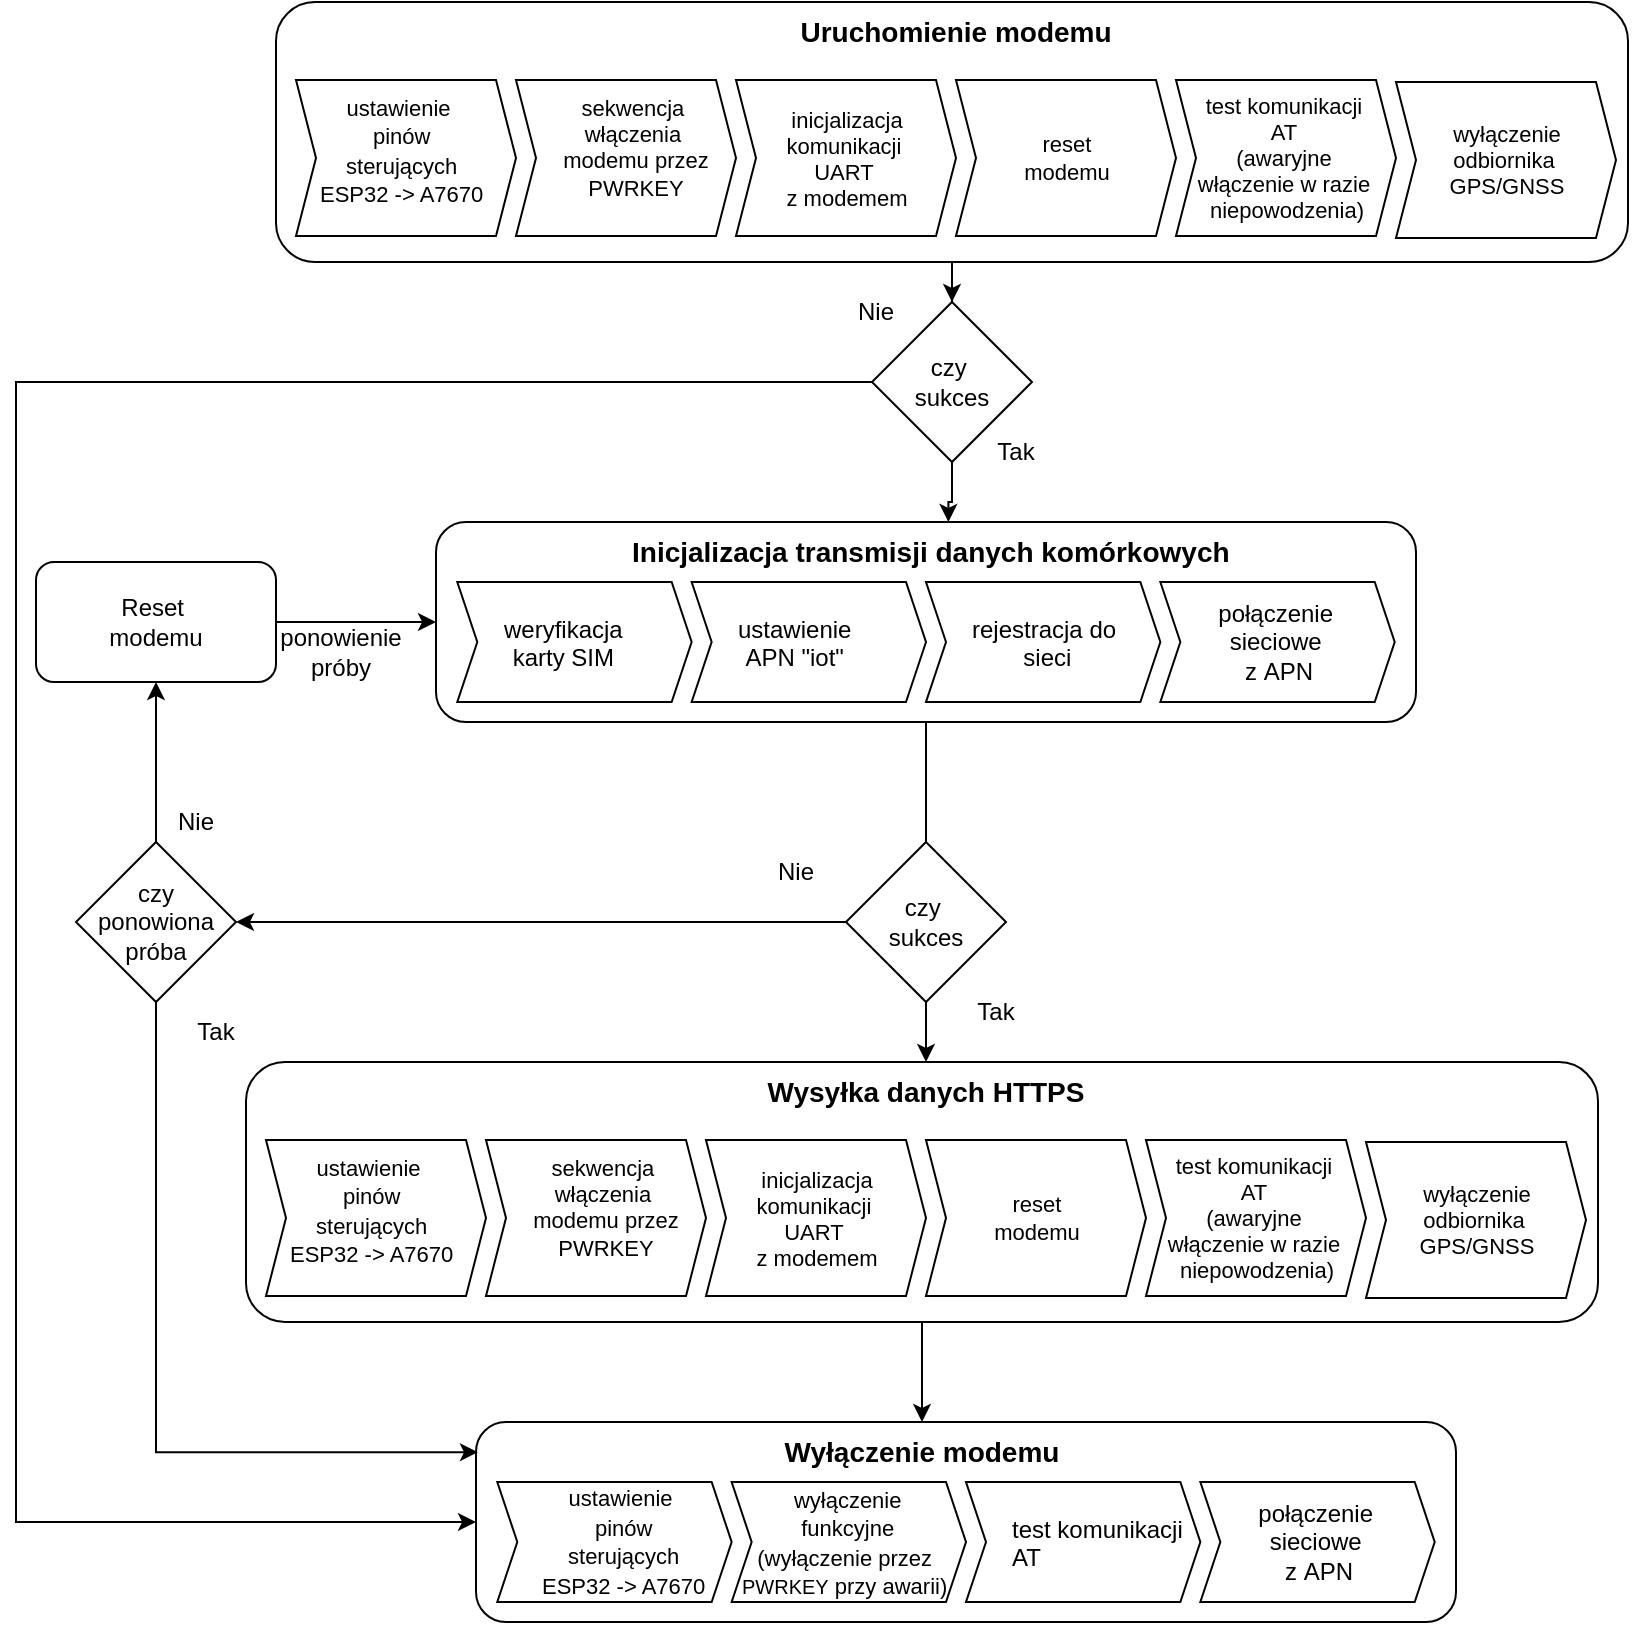
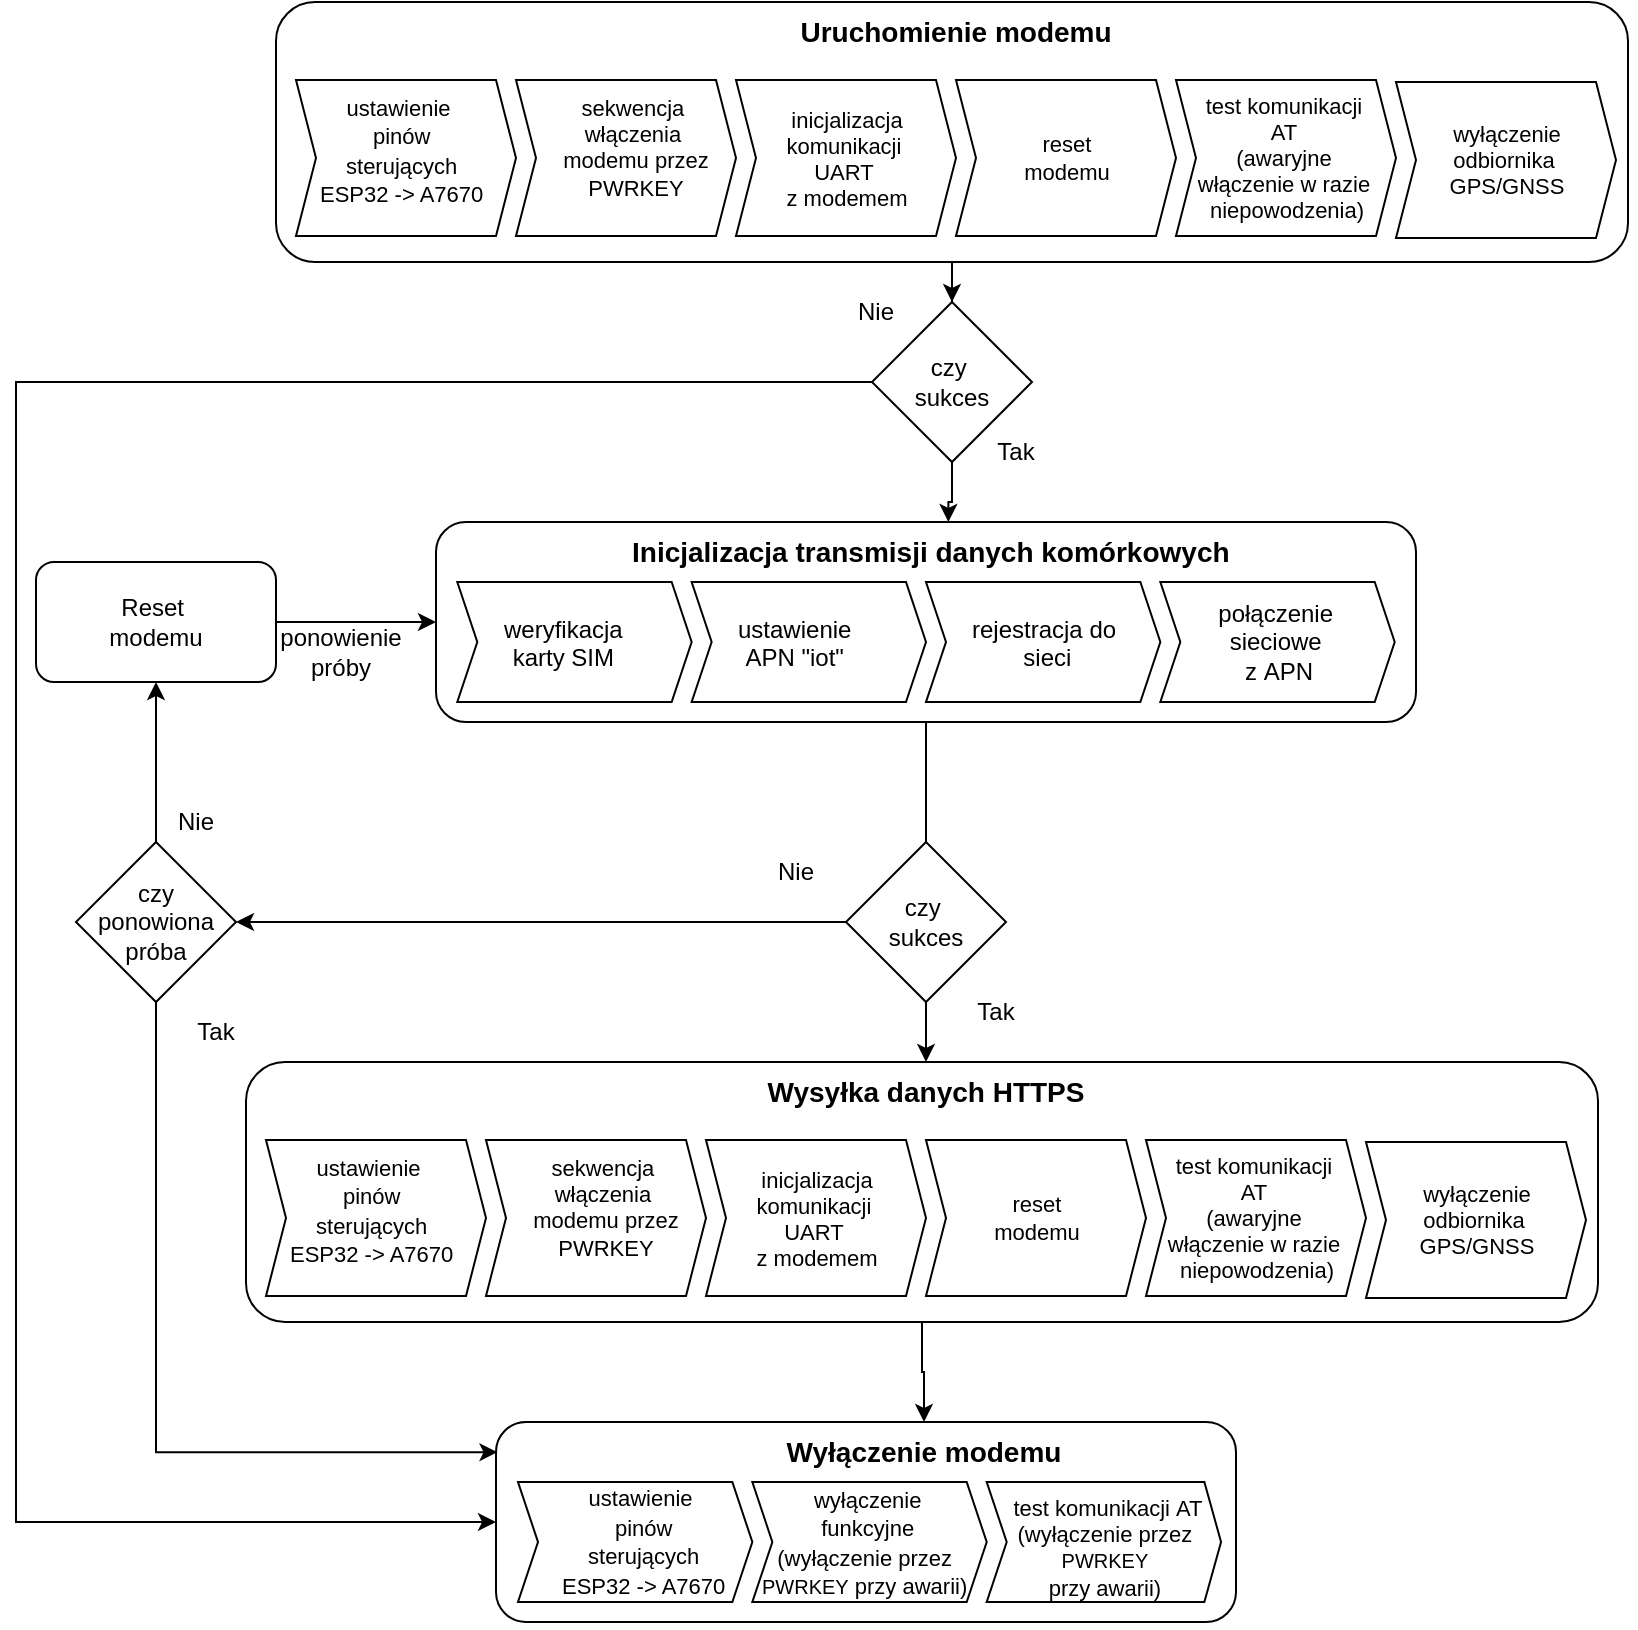
<mxfile host="app.diagrams.net">
  <diagram name="Strona-1" id="qUiWrLwNQSNPpPlMcjFA">
-     <mxGraphModel dx="403" dy="1562" grid="1" gridSize="10" guides="1" tooltips="1" connect="1" arrows="1" fold="1" page="1" pageScale="1" pageWidth="827" pageHeight="1169" math="0" shadow="0">
+     <mxGraphModel dx="1023" dy="2166" grid="1" gridSize="10" guides="1" tooltips="1" connect="1" arrows="1" fold="1" page="1" pageScale="1" pageWidth="827" pageHeight="1169" math="0" shadow="0">
      <root>
        <mxCell id="0" />
        <mxCell id="1" parent="0" />
        <mxCell id="zzqq1YDTvUKB0URQ00NY-44" connectable="0" parent="1" style="group" value="" vertex="1">
          <mxGeometry height="100" width="490" x="650" y="110" as="geometry" />
        </mxCell>
        <mxCell id="zzqq1YDTvUKB0URQ00NY-41" parent="zzqq1YDTvUKB0URQ00NY-44" style="rounded=1;whiteSpace=wrap;html=1;fillColor=none;" value="" vertex="1">
          <mxGeometry height="100" width="490.0000000000001" as="geometry" />
        </mxCell>
        <mxCell id="zzqq1YDTvUKB0URQ00NY-43" connectable="0" parent="zzqq1YDTvUKB0URQ00NY-44" style="group" value="" vertex="1">
          <mxGeometry height="90" width="468.6956521739131" x="10.65217391304348" as="geometry" />
        </mxCell>
        <mxCell id="zzqq1YDTvUKB0URQ00NY-32" parent="zzqq1YDTvUKB0URQ00NY-43" style="html=1;shadow=0;dashed=0;align=center;verticalAlign=middle;shape=mxgraph.arrows2.arrow;dy=0;dx=10;notch=10;" value="" vertex="1">
          <mxGeometry height="60" width="117.17391304347828" y="30" as="geometry" />
        </mxCell>
        <mxCell id="zzqq1YDTvUKB0URQ00NY-34" parent="zzqq1YDTvUKB0URQ00NY-43" style="text;whiteSpace=wrap;html=1;" value="&lt;span style=&quot;caret-color: rgb(0, 0, 0); color: rgb(0, 0, 0); font-family: Helvetica; font-size: 12.000001px; font-style: normal; font-variant-caps: normal; font-weight: 400; letter-spacing: normal; orphans: 2; text-align: center; text-indent: 0px; text-transform: none; white-space: nowrap; widows: 2; word-spacing: 0px; -webkit-text-stroke-width: 0px; text-decoration-line: none; text-decoration-thickness: auto; text-decoration-style: solid;&quot;&gt;weryfikacja&lt;/span&gt;&lt;div style=&quot;caret-color: rgb(0, 0, 0); color: rgb(0, 0, 0); font-family: Helvetica; font-size: 12.000001px; font-style: normal; font-variant-caps: normal; font-weight: 400; letter-spacing: normal; orphans: 2; text-align: center; text-indent: 0px; text-transform: none; white-space: nowrap; widows: 2; word-spacing: 0px; -webkit-text-stroke-width: 0px; text-decoration-line: none; text-decoration-thickness: auto; text-decoration-style: solid;&quot;&gt;karty SIM&lt;/div&gt;" vertex="1">
          <mxGeometry height="50" width="95.86956521739131" x="21.30434782608696" y="40" as="geometry" />
        </mxCell>
        <mxCell id="zzqq1YDTvUKB0URQ00NY-35" parent="zzqq1YDTvUKB0URQ00NY-43" style="html=1;shadow=0;dashed=0;align=center;verticalAlign=middle;shape=mxgraph.arrows2.arrow;dy=0;dx=10;notch=10;" value="" vertex="1">
          <mxGeometry height="60" width="117.17391304347828" x="117.17391304347828" y="30" as="geometry" />
        </mxCell>
        <mxCell id="zzqq1YDTvUKB0URQ00NY-36" parent="zzqq1YDTvUKB0URQ00NY-43" style="text;whiteSpace=wrap;html=1;" value="&lt;div style=&quot;text-align: center;&quot;&gt;&lt;span style=&quot;font-size: 12px; caret-color: rgb(0, 0, 0); text-wrap-mode: nowrap;&quot;&gt;&lt;font color=&quot;#000000&quot;&gt;ustawienie&lt;/font&gt;&lt;/span&gt;&lt;/div&gt;&lt;div style=&quot;text-align: center;&quot;&gt;&lt;span style=&quot;font-size: 12px; caret-color: rgb(0, 0, 0); text-wrap-mode: nowrap;&quot;&gt;&lt;font color=&quot;#000000&quot;&gt;APN&amp;nbsp;&lt;/font&gt;&lt;/span&gt;&lt;span style=&quot;font-size: 12px; white-space: nowrap;&quot;&gt;&quot;iot&quot;&lt;/span&gt;&lt;/div&gt;" vertex="1">
          <mxGeometry height="50" width="95.86956521739131" x="138.47826086956525" y="40" as="geometry" />
        </mxCell>
        <mxCell id="zzqq1YDTvUKB0URQ00NY-37" parent="zzqq1YDTvUKB0URQ00NY-43" style="html=1;shadow=0;dashed=0;align=center;verticalAlign=middle;shape=mxgraph.arrows2.arrow;dy=0;dx=10;notch=10;" value="" vertex="1">
          <mxGeometry height="60" width="117.17391304347828" x="234.34782608695656" y="30" as="geometry" />
        </mxCell>
        <mxCell id="zzqq1YDTvUKB0URQ00NY-38" parent="zzqq1YDTvUKB0URQ00NY-43" style="text;whiteSpace=wrap;html=1;" value="&lt;div style=&quot;text-align: center;&quot;&gt;&lt;span style=&quot;caret-color: rgb(0, 0, 0); text-wrap-mode: nowrap;&quot;&gt;rejestracja do&amp;nbsp;&lt;/span&gt;&lt;/div&gt;&lt;div style=&quot;text-align: center;&quot;&gt;&lt;span style=&quot;caret-color: rgb(0, 0, 0); text-wrap-mode: nowrap;&quot;&gt;sieci&lt;/span&gt;&lt;/div&gt;" vertex="1">
          <mxGeometry height="50" width="95.86956521739131" x="255.6521739130435" y="40" as="geometry" />
        </mxCell>
        <mxCell id="zzqq1YDTvUKB0URQ00NY-39" parent="zzqq1YDTvUKB0URQ00NY-43" style="html=1;shadow=0;dashed=0;align=center;verticalAlign=middle;shape=mxgraph.arrows2.arrow;dy=0;dx=10;notch=10;" value="połączenie&amp;nbsp;&lt;div&gt;sieciowe&amp;nbsp;&lt;/div&gt;&lt;div&gt;z&amp;nbsp;&lt;span style=&quot;font-size: 12px;&quot;&gt;APN&lt;/span&gt;&lt;/div&gt;" vertex="1">
          <mxGeometry height="60" width="117.17391304347828" x="351.52173913043487" y="30" as="geometry" />
        </mxCell>
        <mxCell id="zzqq1YDTvUKB0URQ00NY-42" parent="zzqq1YDTvUKB0URQ00NY-43" style="text;whiteSpace=wrap;html=1;" value="&lt;div style=&quot;text-align: center;&quot;&gt;&lt;span style=&quot;text-align: start;&quot;&gt;&lt;b&gt;&lt;font style=&quot;font-size: 14px;&quot;&gt;Inicjalizacja transmisji danych komórkowych&lt;/font&gt;&lt;/b&gt;&lt;/span&gt;&lt;br&gt;&lt;/div&gt;" vertex="1">
          <mxGeometry height="50" width="320.63043478260875" x="85.21739130434784" as="geometry" />
        </mxCell>
        <mxCell id="zzqq1YDTvUKB0URQ00NY-64" connectable="0" parent="1" style="group" value="" vertex="1">
          <mxGeometry height="130" width="680" x="570" y="-150" as="geometry" />
        </mxCell>
        <mxCell id="zzqq1YDTvUKB0URQ00NY-47" parent="zzqq1YDTvUKB0URQ00NY-64" style="rounded=1;whiteSpace=wrap;html=1;fillColor=none;" value="" vertex="1">
          <mxGeometry height="130" width="676" as="geometry" />
        </mxCell>
        <mxCell id="zzqq1YDTvUKB0URQ00NY-63" connectable="0" parent="zzqq1YDTvUKB0URQ00NY-64" style="group" value="" vertex="1">
          <mxGeometry height="118" width="670" x="10" as="geometry" />
        </mxCell>
        <mxCell id="zzqq1YDTvUKB0URQ00NY-48" connectable="0" parent="zzqq1YDTvUKB0URQ00NY-63" style="group" value="" vertex="1">
          <mxGeometry height="117" width="670" as="geometry" />
        </mxCell>
        <mxCell id="zzqq1YDTvUKB0URQ00NY-49" parent="zzqq1YDTvUKB0URQ00NY-48" style="html=1;shadow=0;dashed=0;align=center;verticalAlign=middle;shape=mxgraph.arrows2.arrow;dy=0;dx=10;notch=10;" value="" vertex="1">
          <mxGeometry height="78" width="110" y="39" as="geometry" />
        </mxCell>
        <mxCell id="zzqq1YDTvUKB0URQ00NY-51" parent="zzqq1YDTvUKB0URQ00NY-48" style="html=1;shadow=0;dashed=0;align=center;verticalAlign=middle;shape=mxgraph.arrows2.arrow;dy=0;dx=10;notch=10;" value="" vertex="1">
          <mxGeometry height="78" width="110" x="110" y="39" as="geometry" />
        </mxCell>
        <mxCell id="zzqq1YDTvUKB0URQ00NY-52" parent="zzqq1YDTvUKB0URQ00NY-48" style="text;whiteSpace=wrap;html=1;fontSize=11;align=center;" value="&lt;div style=&quot;&quot;&gt;&lt;span style=&quot;caret-color: rgb(0, 0, 0); text-wrap-mode: nowrap;&quot;&gt;sekwencja&amp;nbsp;&lt;/span&gt;&lt;/div&gt;&lt;div style=&quot;&quot;&gt;&lt;span style=&quot;caret-color: rgb(0, 0, 0); text-wrap-mode: nowrap;&quot;&gt;włączenia&amp;nbsp;&lt;/span&gt;&lt;/div&gt;&lt;div style=&quot;&quot;&gt;&lt;span style=&quot;caret-color: rgb(0, 0, 0); text-wrap-mode: nowrap;&quot;&gt;modemu przez&lt;/span&gt;&lt;/div&gt;&lt;div style=&quot;&quot;&gt;&lt;span style=&quot;caret-color: rgb(0, 0, 0); text-wrap-mode: nowrap;&quot;&gt;PWRKEY&lt;/span&gt;&lt;/div&gt;&lt;div style=&quot;&quot;&gt;&lt;span style=&quot;caret-color: rgb(0, 0, 0); text-wrap-mode: nowrap;&quot;&gt;&lt;br&gt;&lt;/span&gt;&lt;/div&gt;&lt;div style=&quot;&quot;&gt;&lt;br&gt;&lt;/div&gt;" vertex="1">
          <mxGeometry height="77" width="120" x="110" y="40" as="geometry" />
        </mxCell>
        <mxCell id="zzqq1YDTvUKB0URQ00NY-53" parent="zzqq1YDTvUKB0URQ00NY-48" style="html=1;shadow=0;dashed=0;align=center;verticalAlign=middle;shape=mxgraph.arrows2.arrow;dy=0;dx=10;notch=10;" value="&lt;span style=&quot;font-size: 11px; float: none; display: inline !important; caret-color: rgb(0, 0, 0); color: rgb(0, 0, 0); text-decoration-color: currentcolor;&quot;&gt;inicjalizacja&lt;/span&gt;&lt;div style=&quot;font-size: 11px; white-space: normal; caret-color: rgb(0, 0, 0); color: rgb(0, 0, 0);&quot;&gt;&lt;span style=&quot;text-wrap-mode: nowrap;&quot;&gt;komunikacji&amp;nbsp;&lt;/span&gt;&lt;/div&gt;&lt;div style=&quot;font-size: 11px; white-space: normal; caret-color: rgb(0, 0, 0); color: rgb(0, 0, 0);&quot;&gt;&lt;span style=&quot;text-wrap-mode: nowrap;&quot;&gt;UART&amp;nbsp;&lt;/span&gt;&lt;/div&gt;&lt;div style=&quot;font-size: 11px; white-space: normal; caret-color: rgb(0, 0, 0); color: rgb(0, 0, 0);&quot;&gt;&lt;span style=&quot;text-wrap-mode: nowrap;&quot;&gt;z modemem&lt;/span&gt;&lt;/div&gt;" vertex="1">
          <mxGeometry height="78" width="110" x="220" y="39" as="geometry" />
        </mxCell>
        <mxCell id="zzqq1YDTvUKB0URQ00NY-55" parent="zzqq1YDTvUKB0URQ00NY-48" style="html=1;shadow=0;dashed=0;align=center;verticalAlign=middle;shape=mxgraph.arrows2.arrow;dy=0;dx=10;notch=10;fontSize=11;labelBackgroundColor=none;" value="reset&lt;div&gt;modemu&lt;/div&gt;" vertex="1">
          <mxGeometry height="78" width="110" x="330" y="39" as="geometry" />
        </mxCell>
        <mxCell id="zzqq1YDTvUKB0URQ00NY-56" parent="zzqq1YDTvUKB0URQ00NY-48" style="text;whiteSpace=wrap;html=1;align=center;" value="&lt;div style=&quot;&quot;&gt;&lt;span style=&quot;font-size: 14px;&quot;&gt;&lt;b&gt;Uruchomienie modemu&lt;/b&gt;&lt;/span&gt;&lt;/div&gt;" vertex="1">
          <mxGeometry height="65" width="680" x="-10" as="geometry" />
        </mxCell>
        <mxCell id="zzqq1YDTvUKB0URQ00NY-50" parent="zzqq1YDTvUKB0URQ00NY-48" style="text;whiteSpace=wrap;html=1;" value="&lt;div style=&quot;text-align: center;&quot;&gt;&lt;span style=&quot;text-wrap-mode: nowrap;&quot;&gt;&lt;font style=&quot;font-size: 11px;&quot;&gt;ustawienie&amp;nbsp;&lt;/font&gt;&lt;/span&gt;&lt;/div&gt;&lt;div style=&quot;text-align: center;&quot;&gt;&lt;span style=&quot;text-wrap-mode: nowrap;&quot;&gt;&lt;font style=&quot;font-size: 11px;&quot;&gt;pinów&lt;/font&gt;&lt;/span&gt;&lt;/div&gt;&lt;div style=&quot;text-align: center;&quot;&gt;&lt;span style=&quot;text-wrap-mode: nowrap;&quot;&gt;&lt;font style=&quot;font-size: 11px;&quot;&gt;&amp;nbsp;sterujących&amp;nbsp;&lt;/font&gt;&lt;/span&gt;&lt;/div&gt;&lt;div style=&quot;text-align: center;&quot;&gt;&lt;span style=&quot;font-size: 11px; text-wrap-mode: nowrap;&quot;&gt;ESP32 -&amp;gt; A7670&lt;/span&gt;&lt;/div&gt;&lt;div style=&quot;text-align: center;&quot;&gt;&lt;span style=&quot;text-wrap-mode: nowrap;&quot;&gt;&lt;br&gt;&lt;/span&gt;&lt;/div&gt;" vertex="1">
          <mxGeometry height="65" width="90" x="10" y="39" as="geometry" />
        </mxCell>
        <mxCell id="zzqq1YDTvUKB0URQ00NY-58" parent="zzqq1YDTvUKB0URQ00NY-63" style="html=1;shadow=0;dashed=0;align=center;verticalAlign=middle;shape=mxgraph.arrows2.arrow;dy=0;dx=10;notch=10;fontSize=11;" value="test komunikacji&amp;nbsp;&lt;div&gt;AT&amp;nbsp;&lt;div&gt;(awaryjne&amp;nbsp;&lt;/div&gt;&lt;div&gt;włączenie w razie&amp;nbsp;&lt;/div&gt;&lt;div&gt;niepowodzenia)&lt;/div&gt;&lt;/div&gt;" vertex="1">
          <mxGeometry height="78" width="110" x="440" y="39" as="geometry" />
        </mxCell>
        <mxCell id="zzqq1YDTvUKB0URQ00NY-59" parent="zzqq1YDTvUKB0URQ00NY-63" style="html=1;shadow=0;dashed=0;align=center;verticalAlign=middle;shape=mxgraph.arrows2.arrow;dy=0;dx=10;notch=10;fontSize=11;" value="wyłączenie&lt;div&gt;odbiornika&amp;nbsp;&lt;/div&gt;&lt;div&gt;GPS/GNSS&lt;/div&gt;" vertex="1">
          <mxGeometry height="78" width="110" x="550" y="40" as="geometry" />
        </mxCell>
        <mxCell id="zzqq1YDTvUKB0URQ00NY-69" edge="1" parent="1" source="zzqq1YDTvUKB0URQ00NY-65" style="edgeStyle=orthogonalEdgeStyle;rounded=0;orthogonalLoop=1;jettySize=auto;html=1;fontSize=13;" target="zzqq1YDTvUKB0URQ00NY-42" value="">
          <mxGeometry relative="1" as="geometry" />
        </mxCell>
        <mxCell id="zzqq1YDTvUKB0URQ00NY-126" edge="1" parent="1" source="zzqq1YDTvUKB0URQ00NY-65" style="edgeStyle=orthogonalEdgeStyle;rounded=0;orthogonalLoop=1;jettySize=auto;html=1;entryX=0;entryY=0.5;entryDx=0;entryDy=0;" target="zzqq1YDTvUKB0URQ00NY-73">
          <mxGeometry relative="1" as="geometry">
            <Array as="points">
              <mxPoint x="440" y="40" />
              <mxPoint x="440" y="610" />
            </Array>
            <mxPoint x="430" y="730" as="targetPoint" />
          </mxGeometry>
        </mxCell>
        <mxCell id="zzqq1YDTvUKB0URQ00NY-65" parent="1" style="rhombus;whiteSpace=wrap;html=1;" value="czy&amp;nbsp;&lt;div&gt;sukces&lt;/div&gt;" vertex="1">
          <mxGeometry height="80" width="80" x="868" as="geometry" />
        </mxCell>
        <mxCell id="zzqq1YDTvUKB0URQ00NY-66" parent="1" style="text;html=1;whiteSpace=wrap;strokeColor=none;fillColor=none;align=center;verticalAlign=middle;rounded=0;" value="Nie" vertex="1">
          <mxGeometry height="30" width="60" x="840" y="-10" as="geometry" />
        </mxCell>
-         <mxCell id="zzqq1YDTvUKB0URQ00NY-72" connectable="0" parent="1" style="group" value="" vertex="1">
-           <mxGeometry height="100" width="490" x="670" y="560" as="geometry" />
-         </mxCell>
-         <mxCell id="zzqq1YDTvUKB0URQ00NY-73" parent="zzqq1YDTvUKB0URQ00NY-72" style="rounded=1;whiteSpace=wrap;html=1;fillColor=none;" value="" vertex="1">
-           <mxGeometry height="100" width="490.0000000000001" as="geometry" />
-         </mxCell>
-         <mxCell id="zzqq1YDTvUKB0URQ00NY-74" connectable="0" parent="zzqq1YDTvUKB0URQ00NY-72" style="group" value="" vertex="1">
-           <mxGeometry height="95" width="470" x="10.65217391304348" as="geometry" />
-         </mxCell>
-         <mxCell id="zzqq1YDTvUKB0URQ00NY-75" parent="zzqq1YDTvUKB0URQ00NY-74" style="html=1;shadow=0;dashed=0;align=center;verticalAlign=middle;shape=mxgraph.arrows2.arrow;dy=0;dx=10;notch=10;" value="" vertex="1">
-           <mxGeometry height="60" width="117.17391304347828" y="30" as="geometry" />
-         </mxCell>
-         <mxCell id="zzqq1YDTvUKB0URQ00NY-76" parent="zzqq1YDTvUKB0URQ00NY-74" style="text;whiteSpace=wrap;html=1;" value="&lt;div style=&quot;font-size: 12.000001px; text-align: center;&quot;&gt;&lt;span style=&quot;text-wrap-mode: nowrap;&quot;&gt;&lt;font style=&quot;font-size: 11px;&quot;&gt;&lt;br&gt;&lt;/font&gt;&lt;/span&gt;&lt;/div&gt;&lt;div style=&quot;font-size: 12.000001px; text-align: center;&quot;&gt;&lt;span style=&quot;text-wrap-mode: nowrap;&quot;&gt;&lt;font style=&quot;font-size: 11px;&quot;&gt;ustawienie&amp;nbsp;&lt;/font&gt;&lt;/span&gt;&lt;/div&gt;&lt;div style=&quot;font-size: 12.000001px; text-align: center;&quot;&gt;&lt;span style=&quot;text-wrap-mode: nowrap;&quot;&gt;&lt;font style=&quot;font-size: 11px;&quot;&gt;pinów&lt;/font&gt;&lt;/span&gt;&lt;/div&gt;&lt;div style=&quot;font-size: 12.000001px; text-align: center;&quot;&gt;&lt;span style=&quot;text-wrap-mode: nowrap;&quot;&gt;&lt;font style=&quot;font-size: 11px;&quot;&gt;&amp;nbsp;sterujących&amp;nbsp;&lt;/font&gt;&lt;/span&gt;&lt;/div&gt;&lt;div style=&quot;font-size: 12.000001px; text-align: center;&quot;&gt;&lt;span style=&quot;font-size: 11px; text-wrap-mode: nowrap;&quot;&gt;ESP32 -&amp;gt; A7670&lt;/span&gt;&lt;/div&gt;&lt;div&gt;&lt;span style=&quot;font-size: 11px; text-wrap-mode: nowrap;&quot;&gt;&lt;br&gt;&lt;/span&gt;&lt;/div&gt;" vertex="1">
-           <mxGeometry height="80" width="97.17" x="20" y="10" as="geometry" />
-         </mxCell>
-         <mxCell id="zzqq1YDTvUKB0URQ00NY-77" parent="zzqq1YDTvUKB0URQ00NY-74" style="html=1;shadow=0;dashed=0;align=center;verticalAlign=middle;shape=mxgraph.arrows2.arrow;dy=0;dx=10;notch=10;" value="" vertex="1">
-           <mxGeometry height="60" width="117.17391304347828" x="117.17391304347828" y="30" as="geometry" />
-         </mxCell>
-         <mxCell id="zzqq1YDTvUKB0URQ00NY-78" parent="zzqq1YDTvUKB0URQ00NY-74" style="text;whiteSpace=wrap;html=1;" value="&lt;div style=&quot;text-align: center;&quot;&gt;&lt;span style=&quot;caret-color: rgb(0, 0, 0); text-wrap-mode: nowrap;&quot;&gt;&lt;font style=&quot;font-size: 11px;&quot;&gt;wyłączenie&lt;/font&gt;&lt;/span&gt;&lt;/div&gt;&lt;div style=&quot;text-align: center;&quot;&gt;&lt;span style=&quot;caret-color: rgb(0, 0, 0); text-wrap-mode: nowrap;&quot;&gt;&lt;font style=&quot;font-size: 11px;&quot;&gt;funkcyjne&lt;/font&gt;&lt;/span&gt;&lt;/div&gt;&lt;div style=&quot;text-align: center;&quot;&gt;&lt;font style=&quot;font-size: 11px;&quot;&gt;&lt;span style=&quot;text-wrap-mode: nowrap;&quot;&gt;(wyłączenie&amp;nbsp;&lt;/span&gt;&lt;span style=&quot;white-space: nowrap;&quot;&gt;przez&amp;nbsp;&lt;/span&gt;&lt;/font&gt;&lt;/div&gt;&lt;div style=&quot;text-align: center;&quot;&gt;&lt;span style=&quot;white-space: nowrap;&quot;&gt;&lt;font style=&quot;font-size: 10px;&quot;&gt;PWRKEY&lt;/font&gt;&lt;font style=&quot;font-size: 11px;&quot;&gt; przy awarii)&amp;nbsp;&lt;/font&gt;&lt;/span&gt;&lt;/div&gt;" vertex="1">
-           <mxGeometry height="70" width="135.65" x="120" y="25" as="geometry" />
-         </mxCell>
-         <mxCell id="zzqq1YDTvUKB0URQ00NY-79" parent="zzqq1YDTvUKB0URQ00NY-74" style="html=1;shadow=0;dashed=0;align=center;verticalAlign=middle;shape=mxgraph.arrows2.arrow;dy=0;dx=10;notch=10;" value="" vertex="1">
-           <mxGeometry height="60" width="117.17391304347828" x="234.34782608695656" y="30" as="geometry" />
-         </mxCell>
-         <mxCell id="zzqq1YDTvUKB0URQ00NY-80" parent="zzqq1YDTvUKB0URQ00NY-74" style="text;whiteSpace=wrap;html=1;" value="&lt;span style=&quot;text-wrap-mode: nowrap;&quot;&gt;test komunikacji&amp;nbsp;&lt;/span&gt;&lt;div&gt;&lt;span style=&quot;text-wrap-mode: nowrap;&quot;&gt;AT&lt;/span&gt;&lt;/div&gt;" vertex="1">
-           <mxGeometry height="50" width="95.86956521739131" x="255.6521739130435" y="40" as="geometry" />
-         </mxCell>
-         <mxCell id="zzqq1YDTvUKB0URQ00NY-81" parent="zzqq1YDTvUKB0URQ00NY-74" style="html=1;shadow=0;dashed=0;align=center;verticalAlign=middle;shape=mxgraph.arrows2.arrow;dy=0;dx=10;notch=10;" value="połączenie&amp;nbsp;&lt;div&gt;sieciowe&amp;nbsp;&lt;/div&gt;&lt;div&gt;z&amp;nbsp;&lt;span style=&quot;font-size: 12px;&quot;&gt;APN&lt;/span&gt;&lt;/div&gt;" vertex="1">
-           <mxGeometry height="60" width="117.17391304347828" x="351.52173913043487" y="30" as="geometry" />
-         </mxCell>
-         <mxCell id="zzqq1YDTvUKB0URQ00NY-82" parent="zzqq1YDTvUKB0URQ00NY-72" style="text;whiteSpace=wrap;html=1;align=center;" value="&lt;div style=&quot;&quot;&gt;&lt;span style=&quot;&quot;&gt;&lt;b&gt;&lt;font style=&quot;font-size: 14px;&quot;&gt;Wyłączenie modemu&lt;/font&gt;&lt;/b&gt;&lt;/span&gt;&lt;br&gt;&lt;/div&gt;" vertex="1">
-           <mxGeometry height="50" width="470" x="-11.9978260869565" as="geometry" />
-         </mxCell>
        <mxCell id="zzqq1YDTvUKB0URQ00NY-94" parent="1" style="text;html=1;whiteSpace=wrap;strokeColor=none;fillColor=none;align=center;verticalAlign=middle;rounded=0;" value="Tak" vertex="1">
          <mxGeometry height="30" width="60" x="910" y="60" as="geometry" />
        </mxCell>
        <mxCell id="zzqq1YDTvUKB0URQ00NY-95" connectable="0" parent="1" style="group" value="" vertex="1">
          <mxGeometry height="130" width="680" x="555" y="380" as="geometry" />
        </mxCell>
        <mxCell id="zzqq1YDTvUKB0URQ00NY-96" parent="zzqq1YDTvUKB0URQ00NY-95" style="rounded=1;whiteSpace=wrap;html=1;fillColor=none;" value="" vertex="1">
          <mxGeometry height="130" width="676" as="geometry" />
        </mxCell>
        <mxCell id="zzqq1YDTvUKB0URQ00NY-97" connectable="0" parent="zzqq1YDTvUKB0URQ00NY-95" style="group" value="" vertex="1">
          <mxGeometry height="118" width="670" x="10" as="geometry" />
        </mxCell>
        <mxCell id="zzqq1YDTvUKB0URQ00NY-98" connectable="0" parent="zzqq1YDTvUKB0URQ00NY-97" style="group" value="" vertex="1">
          <mxGeometry height="117" width="670" as="geometry" />
        </mxCell>
        <mxCell id="zzqq1YDTvUKB0URQ00NY-99" parent="zzqq1YDTvUKB0URQ00NY-98" style="html=1;shadow=0;dashed=0;align=center;verticalAlign=middle;shape=mxgraph.arrows2.arrow;dy=0;dx=10;notch=10;" value="" vertex="1">
          <mxGeometry height="78" width="110" y="39" as="geometry" />
        </mxCell>
        <mxCell id="zzqq1YDTvUKB0URQ00NY-100" parent="zzqq1YDTvUKB0URQ00NY-98" style="html=1;shadow=0;dashed=0;align=center;verticalAlign=middle;shape=mxgraph.arrows2.arrow;dy=0;dx=10;notch=10;" value="" vertex="1">
          <mxGeometry height="78" width="110" x="110" y="39" as="geometry" />
        </mxCell>
        <mxCell id="zzqq1YDTvUKB0URQ00NY-101" parent="zzqq1YDTvUKB0URQ00NY-98" style="text;whiteSpace=wrap;html=1;fontSize=11;align=center;" value="&lt;div style=&quot;&quot;&gt;&lt;span style=&quot;caret-color: rgb(0, 0, 0); text-wrap-mode: nowrap;&quot;&gt;sekwencja&amp;nbsp;&lt;/span&gt;&lt;/div&gt;&lt;div style=&quot;&quot;&gt;&lt;span style=&quot;caret-color: rgb(0, 0, 0); text-wrap-mode: nowrap;&quot;&gt;włączenia&amp;nbsp;&lt;/span&gt;&lt;/div&gt;&lt;div style=&quot;&quot;&gt;&lt;span style=&quot;caret-color: rgb(0, 0, 0); text-wrap-mode: nowrap;&quot;&gt;modemu przez&lt;/span&gt;&lt;/div&gt;&lt;div style=&quot;&quot;&gt;&lt;span style=&quot;caret-color: rgb(0, 0, 0); text-wrap-mode: nowrap;&quot;&gt;PWRKEY&lt;/span&gt;&lt;/div&gt;&lt;div style=&quot;&quot;&gt;&lt;span style=&quot;caret-color: rgb(0, 0, 0); text-wrap-mode: nowrap;&quot;&gt;&lt;br&gt;&lt;/span&gt;&lt;/div&gt;&lt;div style=&quot;&quot;&gt;&lt;br&gt;&lt;/div&gt;" vertex="1">
          <mxGeometry height="77" width="120" x="110" y="40" as="geometry" />
        </mxCell>
        <mxCell id="zzqq1YDTvUKB0URQ00NY-102" parent="zzqq1YDTvUKB0URQ00NY-98" style="html=1;shadow=0;dashed=0;align=center;verticalAlign=middle;shape=mxgraph.arrows2.arrow;dy=0;dx=10;notch=10;" value="&lt;span style=&quot;font-size: 11px; float: none; display: inline !important; caret-color: rgb(0, 0, 0); color: rgb(0, 0, 0); text-decoration-color: currentcolor;&quot;&gt;inicjalizacja&lt;/span&gt;&lt;div style=&quot;font-size: 11px; white-space: normal; caret-color: rgb(0, 0, 0); color: rgb(0, 0, 0);&quot;&gt;&lt;span style=&quot;text-wrap-mode: nowrap;&quot;&gt;komunikacji&amp;nbsp;&lt;/span&gt;&lt;/div&gt;&lt;div style=&quot;font-size: 11px; white-space: normal; caret-color: rgb(0, 0, 0); color: rgb(0, 0, 0);&quot;&gt;&lt;span style=&quot;text-wrap-mode: nowrap;&quot;&gt;UART&amp;nbsp;&lt;/span&gt;&lt;/div&gt;&lt;div style=&quot;font-size: 11px; white-space: normal; caret-color: rgb(0, 0, 0); color: rgb(0, 0, 0);&quot;&gt;&lt;span style=&quot;text-wrap-mode: nowrap;&quot;&gt;z modemem&lt;/span&gt;&lt;/div&gt;" vertex="1">
          <mxGeometry height="78" width="110" x="220" y="39" as="geometry" />
        </mxCell>
        <mxCell id="zzqq1YDTvUKB0URQ00NY-103" parent="zzqq1YDTvUKB0URQ00NY-98" style="html=1;shadow=0;dashed=0;align=center;verticalAlign=middle;shape=mxgraph.arrows2.arrow;dy=0;dx=10;notch=10;fontSize=11;labelBackgroundColor=none;" value="reset&lt;div&gt;modemu&lt;/div&gt;" vertex="1">
          <mxGeometry height="78" width="110" x="330" y="39" as="geometry" />
        </mxCell>
        <mxCell id="zzqq1YDTvUKB0URQ00NY-104" parent="zzqq1YDTvUKB0URQ00NY-98" style="text;whiteSpace=wrap;html=1;align=center;" value="&lt;div style=&quot;&quot;&gt;&lt;span style=&quot;font-size: 14px;&quot;&gt;&lt;b&gt;Wysyłka danych HTTPS&lt;/b&gt;&lt;/span&gt;&lt;/div&gt;" vertex="1">
          <mxGeometry height="65" width="680" x="-10" as="geometry" />
        </mxCell>
        <mxCell id="zzqq1YDTvUKB0URQ00NY-105" parent="zzqq1YDTvUKB0URQ00NY-98" style="text;whiteSpace=wrap;html=1;" value="&lt;div style=&quot;text-align: center;&quot;&gt;&lt;span style=&quot;text-wrap-mode: nowrap;&quot;&gt;&lt;font style=&quot;font-size: 11px;&quot;&gt;ustawienie&amp;nbsp;&lt;/font&gt;&lt;/span&gt;&lt;/div&gt;&lt;div style=&quot;text-align: center;&quot;&gt;&lt;span style=&quot;text-wrap-mode: nowrap;&quot;&gt;&lt;font style=&quot;font-size: 11px;&quot;&gt;pinów&lt;/font&gt;&lt;/span&gt;&lt;/div&gt;&lt;div style=&quot;text-align: center;&quot;&gt;&lt;span style=&quot;text-wrap-mode: nowrap;&quot;&gt;&lt;font style=&quot;font-size: 11px;&quot;&gt;&amp;nbsp;sterujących&amp;nbsp;&lt;/font&gt;&lt;/span&gt;&lt;/div&gt;&lt;div style=&quot;text-align: center;&quot;&gt;&lt;span style=&quot;font-size: 11px; text-wrap-mode: nowrap;&quot;&gt;ESP32 -&amp;gt; A7670&lt;/span&gt;&lt;/div&gt;&lt;div style=&quot;text-align: center;&quot;&gt;&lt;span style=&quot;text-wrap-mode: nowrap;&quot;&gt;&lt;br&gt;&lt;/span&gt;&lt;/div&gt;" vertex="1">
          <mxGeometry height="65" width="90" x="10" y="39" as="geometry" />
        </mxCell>
        <mxCell id="zzqq1YDTvUKB0URQ00NY-106" parent="zzqq1YDTvUKB0URQ00NY-97" style="html=1;shadow=0;dashed=0;align=center;verticalAlign=middle;shape=mxgraph.arrows2.arrow;dy=0;dx=10;notch=10;fontSize=11;" value="test komunikacji&amp;nbsp;&lt;div&gt;AT&amp;nbsp;&lt;div&gt;(awaryjne&amp;nbsp;&lt;/div&gt;&lt;div&gt;włączenie w razie&amp;nbsp;&lt;/div&gt;&lt;div&gt;niepowodzenia)&lt;/div&gt;&lt;/div&gt;" vertex="1">
          <mxGeometry height="78" width="110" x="440" y="39" as="geometry" />
        </mxCell>
        <mxCell id="zzqq1YDTvUKB0URQ00NY-107" parent="zzqq1YDTvUKB0URQ00NY-97" style="html=1;shadow=0;dashed=0;align=center;verticalAlign=middle;shape=mxgraph.arrows2.arrow;dy=0;dx=10;notch=10;fontSize=11;" value="wyłączenie&lt;div&gt;odbiornika&amp;nbsp;&lt;/div&gt;&lt;div&gt;GPS/GNSS&lt;/div&gt;" vertex="1">
          <mxGeometry height="78" width="110" x="550" y="40" as="geometry" />
        </mxCell>
        <mxCell id="zzqq1YDTvUKB0URQ00NY-108" edge="1" parent="1" source="zzqq1YDTvUKB0URQ00NY-41" style="edgeStyle=orthogonalEdgeStyle;rounded=0;orthogonalLoop=1;jettySize=auto;html=1;entryX=0.5;entryY=0;entryDx=0;entryDy=0;exitX=0.5;exitY=1;exitDx=0;exitDy=0;" target="zzqq1YDTvUKB0URQ00NY-104">
          <mxGeometry relative="1" as="geometry" />
        </mxCell>
        <mxCell id="zzqq1YDTvUKB0URQ00NY-119" edge="1" parent="1" source="zzqq1YDTvUKB0URQ00NY-109" style="edgeStyle=orthogonalEdgeStyle;rounded=0;orthogonalLoop=1;jettySize=auto;html=1;" target="zzqq1YDTvUKB0URQ00NY-115">
          <mxGeometry relative="1" as="geometry" />
        </mxCell>
        <mxCell id="zzqq1YDTvUKB0URQ00NY-109" parent="1" style="rhombus;whiteSpace=wrap;html=1;" value="czy&amp;nbsp;&lt;div&gt;sukces&lt;/div&gt;" vertex="1">
          <mxGeometry height="80" width="80" x="855" y="270" as="geometry" />
        </mxCell>
        <mxCell id="zzqq1YDTvUKB0URQ00NY-110" parent="1" style="text;html=1;whiteSpace=wrap;strokeColor=none;fillColor=none;align=center;verticalAlign=middle;rounded=0;" value="Tak" vertex="1">
          <mxGeometry height="30" width="60" x="900" y="340" as="geometry" />
        </mxCell>
        <mxCell id="zzqq1YDTvUKB0URQ00NY-111" parent="1" style="text;html=1;whiteSpace=wrap;strokeColor=none;fillColor=none;align=center;verticalAlign=middle;rounded=0;" value="Nie" vertex="1">
          <mxGeometry height="30" width="60" x="800" y="270" as="geometry" />
        </mxCell>
        <mxCell id="zzqq1YDTvUKB0URQ00NY-121" edge="1" parent="1" source="zzqq1YDTvUKB0URQ00NY-113" style="edgeStyle=orthogonalEdgeStyle;rounded=0;orthogonalLoop=1;jettySize=auto;html=1;entryX=0;entryY=0.5;entryDx=0;entryDy=0;" target="zzqq1YDTvUKB0URQ00NY-41" value="">
          <mxGeometry relative="1" as="geometry" />
        </mxCell>
        <mxCell id="zzqq1YDTvUKB0URQ00NY-113" parent="1" style="rounded=1;whiteSpace=wrap;html=1;" value="Reset&amp;nbsp;&lt;div&gt;modemu&lt;/div&gt;" vertex="1">
          <mxGeometry height="60" width="120" x="450" y="130" as="geometry" />
        </mxCell>
        <mxCell id="zzqq1YDTvUKB0URQ00NY-114" edge="1" parent="1" source="zzqq1YDTvUKB0URQ00NY-115" style="edgeStyle=orthogonalEdgeStyle;rounded=0;orthogonalLoop=1;jettySize=auto;html=1;" target="zzqq1YDTvUKB0URQ00NY-113" value="">
          <mxGeometry relative="1" as="geometry" />
        </mxCell>
        <mxCell id="zzqq1YDTvUKB0URQ00NY-122" edge="1" parent="1" source="zzqq1YDTvUKB0URQ00NY-115" style="edgeStyle=orthogonalEdgeStyle;rounded=0;orthogonalLoop=1;jettySize=auto;html=1;entryX=0.002;entryY=0.151;entryDx=0;entryDy=0;entryPerimeter=0;" target="zzqq1YDTvUKB0URQ00NY-73">
          <mxGeometry relative="1" as="geometry">
            <Array as="points">
              <mxPoint x="510" y="575" />
            </Array>
          </mxGeometry>
        </mxCell>
        <mxCell id="zzqq1YDTvUKB0URQ00NY-115" parent="1" style="rhombus;whiteSpace=wrap;html=1;" value="czy ponowiona próba" vertex="1">
          <mxGeometry height="80" width="80" x="470" y="270" as="geometry" />
        </mxCell>
        <mxCell id="zzqq1YDTvUKB0URQ00NY-116" parent="1" style="text;html=1;whiteSpace=wrap;strokeColor=none;fillColor=none;align=center;verticalAlign=middle;rounded=0;" value="Nie" vertex="1">
          <mxGeometry height="30" width="60" x="500" y="245" as="geometry" />
        </mxCell>
        <mxCell id="zzqq1YDTvUKB0URQ00NY-117" parent="1" style="text;html=1;whiteSpace=wrap;strokeColor=none;fillColor=none;align=center;verticalAlign=middle;rounded=0;" value="Tak" vertex="1">
          <mxGeometry height="30" width="60" x="510" y="350" as="geometry" />
        </mxCell>
        <mxCell id="zzqq1YDTvUKB0URQ00NY-120" parent="1" style="text;html=1;whiteSpace=wrap;strokeColor=none;fillColor=none;align=center;verticalAlign=middle;rounded=0;" value="ponowienie próby" vertex="1">
          <mxGeometry height="30" width="95" x="555" y="160" as="geometry" />
        </mxCell>
        <mxCell id="zzqq1YDTvUKB0URQ00NY-128" edge="1" parent="1" source="zzqq1YDTvUKB0URQ00NY-47" style="edgeStyle=orthogonalEdgeStyle;rounded=0;orthogonalLoop=1;jettySize=auto;html=1;entryX=0.5;entryY=0;entryDx=0;entryDy=0;" target="zzqq1YDTvUKB0URQ00NY-65">
          <mxGeometry relative="1" as="geometry" />
        </mxCell>
        <mxCell id="zzqq1YDTvUKB0URQ00NY-129" edge="1" parent="1" source="zzqq1YDTvUKB0URQ00NY-96" style="edgeStyle=orthogonalEdgeStyle;rounded=0;orthogonalLoop=1;jettySize=auto;html=1;" target="zzqq1YDTvUKB0URQ00NY-82" value="">
          <mxGeometry relative="1" as="geometry" />
        </mxCell>
+         <mxCell id="zzqq1YDTvUKB0URQ00NY-73" parent="1" style="rounded=1;whiteSpace=wrap;html=1;fillColor=none;" value="" vertex="1">
+           <mxGeometry height="100" width="370" x="680" y="560" as="geometry" />
+         </mxCell>
+         <mxCell id="zzqq1YDTvUKB0URQ00NY-133" connectable="0" parent="1" style="group" value="" vertex="1">
+           <mxGeometry height="95" width="501.9999999999999" x="659.0021739130435" y="560" as="geometry" />
+         </mxCell>
+         <mxCell id="zzqq1YDTvUKB0URQ00NY-74" connectable="0" parent="zzqq1YDTvUKB0URQ00NY-133" style="group" value="" vertex="1">
+           <mxGeometry height="95" width="470" x="32" as="geometry" />
+         </mxCell>
+         <mxCell id="zzqq1YDTvUKB0URQ00NY-75" parent="zzqq1YDTvUKB0URQ00NY-74" style="html=1;shadow=0;dashed=0;align=center;verticalAlign=middle;shape=mxgraph.arrows2.arrow;dy=0;dx=10;notch=10;" value="" vertex="1">
+           <mxGeometry height="60" width="117.17391304347828" y="30" as="geometry" />
+         </mxCell>
+         <mxCell id="zzqq1YDTvUKB0URQ00NY-76" parent="zzqq1YDTvUKB0URQ00NY-74" style="text;whiteSpace=wrap;html=1;" value="&lt;div style=&quot;font-size: 12.000001px; text-align: center;&quot;&gt;&lt;span style=&quot;text-wrap-mode: nowrap;&quot;&gt;&lt;font style=&quot;font-size: 11px;&quot;&gt;&lt;br&gt;&lt;/font&gt;&lt;/span&gt;&lt;/div&gt;&lt;div style=&quot;font-size: 12.000001px; text-align: center;&quot;&gt;&lt;span style=&quot;text-wrap-mode: nowrap;&quot;&gt;&lt;font style=&quot;font-size: 11px;&quot;&gt;ustawienie&amp;nbsp;&lt;/font&gt;&lt;/span&gt;&lt;/div&gt;&lt;div style=&quot;font-size: 12.000001px; text-align: center;&quot;&gt;&lt;span style=&quot;text-wrap-mode: nowrap;&quot;&gt;&lt;font style=&quot;font-size: 11px;&quot;&gt;pinów&lt;/font&gt;&lt;/span&gt;&lt;/div&gt;&lt;div style=&quot;font-size: 12.000001px; text-align: center;&quot;&gt;&lt;span style=&quot;text-wrap-mode: nowrap;&quot;&gt;&lt;font style=&quot;font-size: 11px;&quot;&gt;&amp;nbsp;sterujących&amp;nbsp;&lt;/font&gt;&lt;/span&gt;&lt;/div&gt;&lt;div style=&quot;font-size: 12.000001px; text-align: center;&quot;&gt;&lt;span style=&quot;font-size: 11px; text-wrap-mode: nowrap;&quot;&gt;ESP32 -&amp;gt; A7670&lt;/span&gt;&lt;/div&gt;&lt;div&gt;&lt;span style=&quot;font-size: 11px; text-wrap-mode: nowrap;&quot;&gt;&lt;br&gt;&lt;/span&gt;&lt;/div&gt;" vertex="1">
+           <mxGeometry height="80" width="97.17" x="20" y="10" as="geometry" />
+         </mxCell>
+         <mxCell id="zzqq1YDTvUKB0URQ00NY-77" parent="zzqq1YDTvUKB0URQ00NY-74" style="html=1;shadow=0;dashed=0;align=center;verticalAlign=middle;shape=mxgraph.arrows2.arrow;dy=0;dx=10;notch=10;" value="" vertex="1">
+           <mxGeometry height="60" width="117.17391304347828" x="117.17391304347828" y="30" as="geometry" />
+         </mxCell>
+         <mxCell id="zzqq1YDTvUKB0URQ00NY-78" parent="zzqq1YDTvUKB0URQ00NY-74" style="text;whiteSpace=wrap;html=1;" value="&lt;div style=&quot;text-align: center;&quot;&gt;&lt;span style=&quot;caret-color: rgb(0, 0, 0); text-wrap-mode: nowrap;&quot;&gt;&lt;font style=&quot;font-size: 11px;&quot;&gt;wyłączenie&lt;/font&gt;&lt;/span&gt;&lt;/div&gt;&lt;div style=&quot;text-align: center;&quot;&gt;&lt;span style=&quot;caret-color: rgb(0, 0, 0); text-wrap-mode: nowrap;&quot;&gt;&lt;font style=&quot;font-size: 11px;&quot;&gt;funkcyjne&lt;/font&gt;&lt;/span&gt;&lt;/div&gt;&lt;div style=&quot;text-align: center;&quot;&gt;&lt;font style=&quot;font-size: 11px;&quot;&gt;&lt;span style=&quot;text-wrap-mode: nowrap;&quot;&gt;(wyłączenie&amp;nbsp;&lt;/span&gt;&lt;span style=&quot;white-space: nowrap;&quot;&gt;przez&amp;nbsp;&lt;/span&gt;&lt;/font&gt;&lt;/div&gt;&lt;div style=&quot;text-align: center;&quot;&gt;&lt;span style=&quot;white-space: nowrap;&quot;&gt;&lt;font style=&quot;font-size: 10px;&quot;&gt;PWRKEY&lt;/font&gt;&lt;font style=&quot;font-size: 11px;&quot;&gt; przy awarii)&amp;nbsp;&lt;/font&gt;&lt;/span&gt;&lt;/div&gt;" vertex="1">
+           <mxGeometry height="70" width="135.65" x="120" y="25" as="geometry" />
+         </mxCell>
+         <mxCell id="zzqq1YDTvUKB0URQ00NY-79" parent="zzqq1YDTvUKB0URQ00NY-74" style="html=1;shadow=0;dashed=0;align=center;verticalAlign=middle;shape=mxgraph.arrows2.arrow;dy=0;dx=8.34;notch=10;" value="" vertex="1">
+           <mxGeometry height="60" width="117.17391304347828" x="234.34782608695656" y="30" as="geometry" />
+         </mxCell>
+         <mxCell id="zzqq1YDTvUKB0URQ00NY-80" parent="zzqq1YDTvUKB0URQ00NY-74" style="text;whiteSpace=wrap;html=1;align=center;fontSize=11;" value="&lt;span style=&quot;text-wrap-mode: nowrap;&quot;&gt;&lt;font&gt;test komunikacji&amp;nbsp;&lt;/font&gt;&lt;/span&gt;&lt;span style=&quot;white-space: nowrap;&quot;&gt;AT&lt;/span&gt;&lt;div&gt;&lt;font&gt;&lt;span style=&quot;white-space: nowrap;&quot;&gt;(wyłączenie&amp;nbsp;&lt;/span&gt;&lt;span style=&quot;white-space: nowrap;&quot;&gt;przez&amp;nbsp;&lt;/span&gt;&lt;/font&gt;&lt;/div&gt;&lt;div&gt;&lt;span style=&quot;white-space: nowrap;&quot;&gt;&lt;font&gt;&lt;font style=&quot;font-size: 10px;&quot;&gt;PWRKEY&lt;/font&gt;&lt;font&gt;&amp;nbsp;&lt;/font&gt;&lt;/font&gt;&lt;/span&gt;&lt;/div&gt;&lt;div&gt;&lt;span style=&quot;white-space: nowrap;&quot;&gt;&lt;font&gt;&lt;font&gt;przy awarii)&amp;nbsp;&lt;/font&gt;&lt;/font&gt;&lt;/span&gt;&lt;/div&gt;" vertex="1">
+           <mxGeometry height="60" width="110" x="240" y="30" as="geometry" />
+         </mxCell>
+         <mxCell id="zzqq1YDTvUKB0URQ00NY-82" parent="zzqq1YDTvUKB0URQ00NY-133" style="text;whiteSpace=wrap;html=1;align=center;" value="&lt;div style=&quot;&quot;&gt;&lt;span style=&quot;&quot;&gt;&lt;b&gt;&lt;font style=&quot;font-size: 14px;&quot;&gt;Wyłączenie modemu&lt;/font&gt;&lt;/b&gt;&lt;/span&gt;&lt;br&gt;&lt;/div&gt;" vertex="1">
+           <mxGeometry height="50" width="470" as="geometry" />
+         </mxCell>
      </root>
    </mxGraphModel>
  </diagram>
</mxfile>
